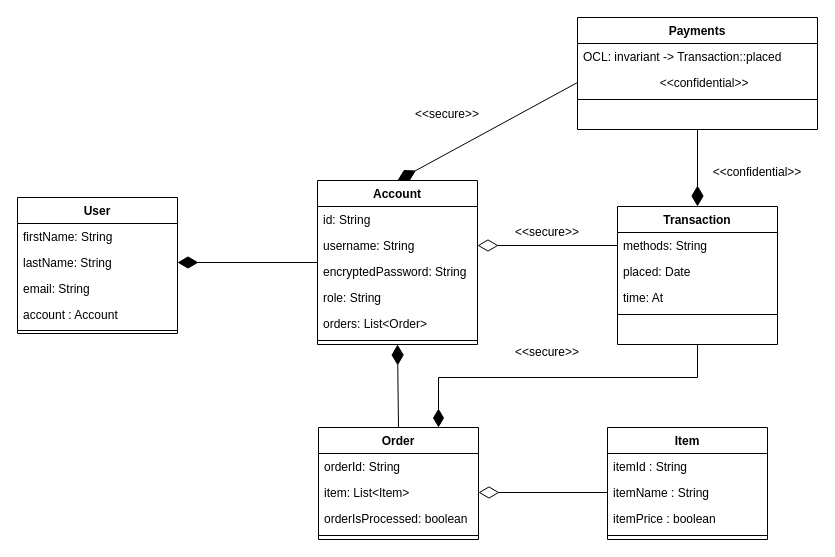
This is Secure-class-PKPL.drawio from MHibriziF/SIPA, a draw.io file, before an edit. Source tidied: cells renumbered, new cells numbered last; positions are measured from the earlier drawing's top-left corner, leaving out a move shared by most shapes. Both pictures are drawn from the tidied source at 100%, with x=0, y=0 at pixel (17, 17).
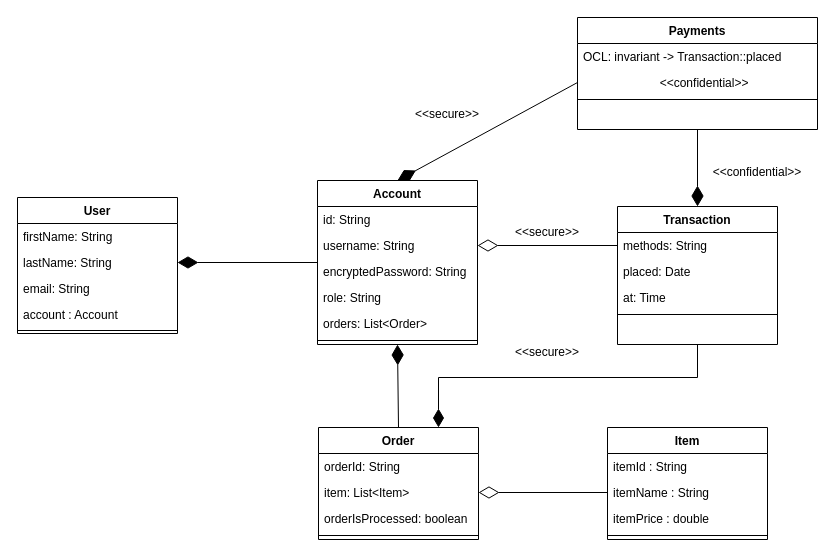
The same diagram, later.

The change refers to these unchanged cells:
```xml
<mxCell id="8" value="Transaction" style="swimlane;fontStyle=1;align=center;verticalAlign=top;horizontal=1;startSize=26;rounded=0;shadow=0;strokeWidth=1;" parent="1" vertex="1">
  <mxGeometry x="600" y="189" width="160" height="138" as="geometry" />
</mxCell>
<mxCell id="26" value="Item" style="swimlane;fontStyle=1;align=center;verticalAlign=top;horizontal=1;startSize=26;rounded=0;shadow=0;strokeWidth=1;" parent="1" vertex="1">
  <mxGeometry x="590" y="410" width="160" height="112" as="geometry" />
</mxCell>
```

Diff of the diagram source:
```diff
@@
-    <mxCell id="11" value="time: At" style="text;align=left;verticalAlign=top;spacingLeft=4;spacingRight=4;overflow=hidden;rounded=0;shadow=0;html=0;" parent="8" vertex="1">
+    <mxCell id="11" value="at: Time" style="text;align=left;verticalAlign=top;spacingLeft=4;spacingRight=4;overflow=hidden;rounded=0;shadow=0;html=0;" parent="8" vertex="1">
       <mxGeometry y="78" width="160" height="26" as="geometry" />
     </mxCell>
@@
-    <mxCell id="29" value="itemPrice : boolean" style="text;align=left;verticalAlign=top;spacingLeft=4;spacingRight=4;overflow=hidden;rounded=0;shadow=0;html=0;" parent="26" vertex="1">
+    <mxCell id="29" value="itemPrice : double" style="text;align=left;verticalAlign=top;spacingLeft=4;spacingRight=4;overflow=hidden;rounded=0;shadow=0;html=0;" parent="26" vertex="1">
       <mxGeometry y="78" width="160" height="26" as="geometry" />
     </mxCell>
```
